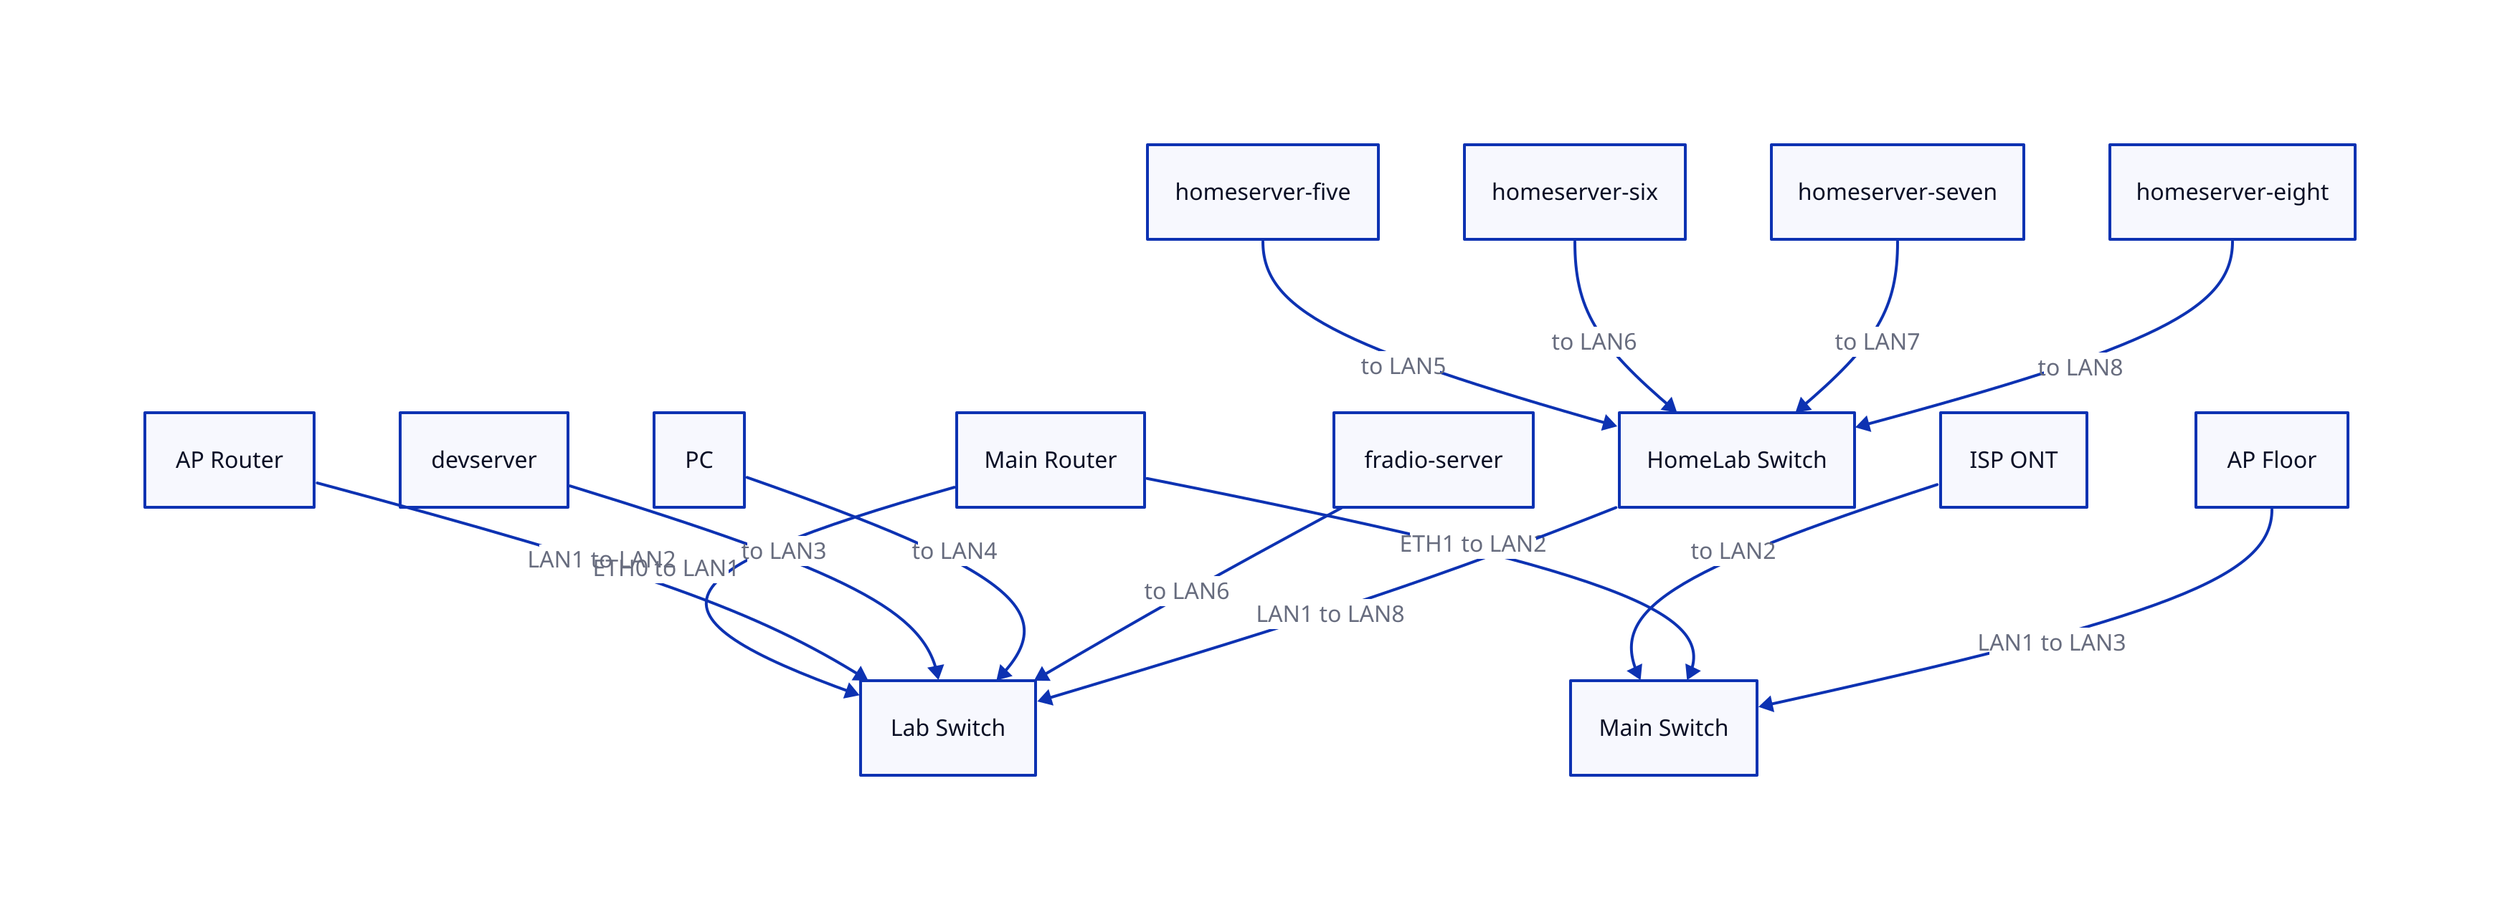
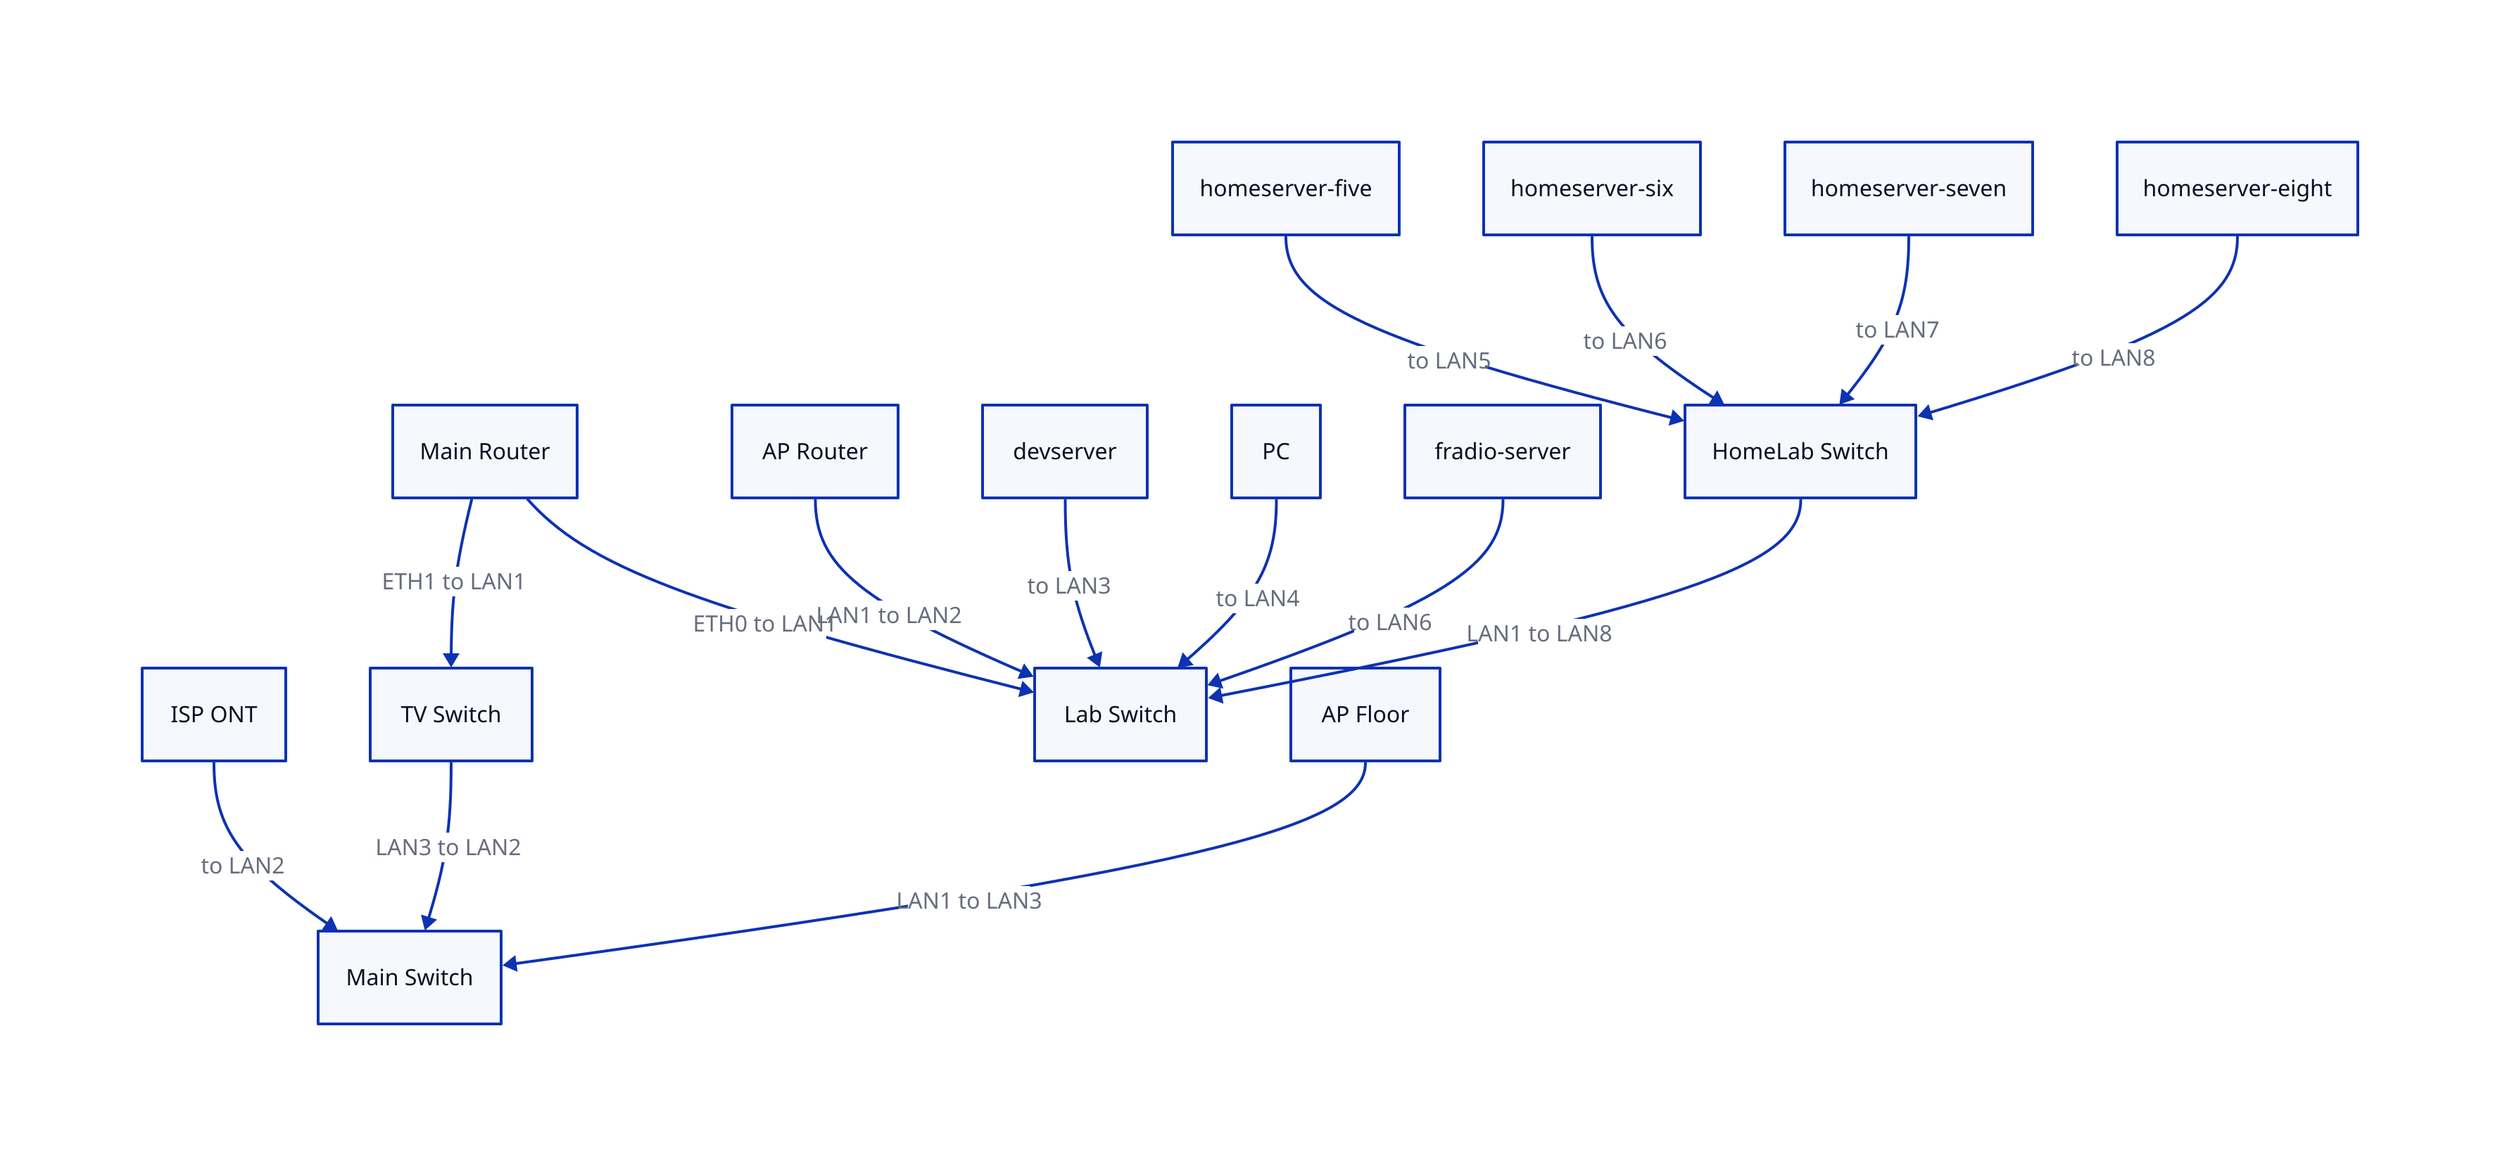
vars: {
  d2-config: {
    layout-engine: elk
    theme-id: 200
  }
}
direction: down

classes: {
  *: {
    label: ""
    shape: rectangle
    style: {
      border-radius: 10
    }
  }
}

isp_ont: {
  label: "ISP ONT"
}

mainrouter: {
  label: "Main Router"
}

mainswitch: {
  label: "Main Switch"
+ }
+ 
+ tvswitch: {
+   label: "TV Switch"
}

labswitch: {
  label: "Lab Switch"
}

homelabswitch: {
  label: "HomeLab Switch"
}

aprouter: {
  label: "AP Router"
}

pc: {
  label: "PC"
}

homeserver-five: {
  label: "homeserver-five"
}

homeserver-six: {
  label: "homeserver-six"
}

homeserver-seven: {
  label: "homeserver-seven"
}

homeserver-eight: {
  label: "homeserver-eight"
}

fradio-server: {
  label: "fradio-server"
}

devserver: {
  label: "devserver"
}

apfloor: {
  label: "AP Floor"
}

isp_ont -> mainswitch: "to LAN2"
- mainrouter -> mainswitch: "ETH1 to LAN2"
+ mainrouter -> tvswitch: "ETH1 to LAN1"
+ tvswitch -> mainswitch: "LAN3 to LAN2"
apfloor -> mainswitch: "LAN1 to LAN3"
mainrouter -> labswitch: "ETH0 to LAN1"
aprouter -> labswitch: "LAN1 to LAN2"
devserver -> labswitch: "to LAN3"
pc -> labswitch: "to LAN4"
fradio-server -> labswitch: "to LAN6"
homelabswitch -> labswitch: "LAN1 to LAN8"
homeserver-five -> homelabswitch: "to LAN5"
homeserver-six -> homelabswitch: "to LAN6"
homeserver-seven -> homelabswitch: "to LAN7"
homeserver-eight -> homelabswitch: "to LAN8"
